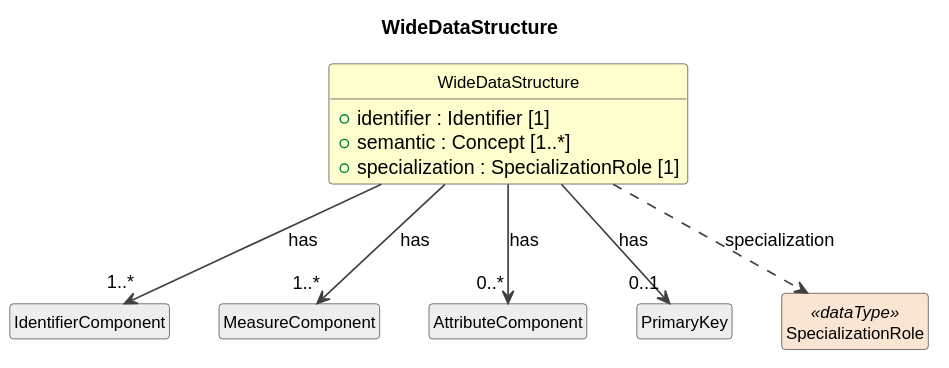
Above: build/plantuml/cdifDataStructure/Classes/WideDataStructure.svg in Cross-Domain-Interoperability-Framework/metadataBuildingBlocks (PlantUML), before the change.
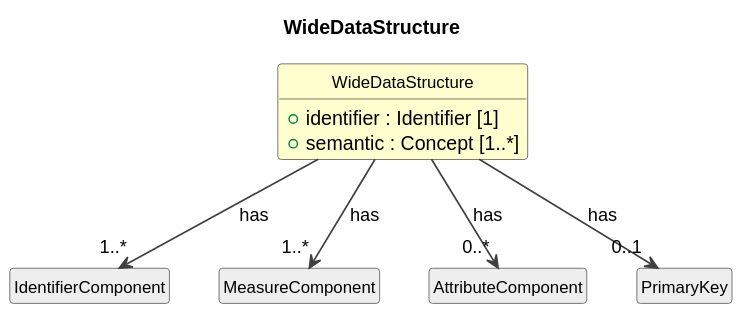
The same diagram one commit later.

What changed in the source:
```diff
@@ -13,7 +13,6 @@
 class "WideDataStructure" as WideDataStructure #FEFECE {
   +identifier : Identifier [1]
   +semantic : Concept [1..*]
-  +specialization : SpecializationRole [1]
 }
 class "IdentifierComponent" as IdentifierComponent #EEEEEE
 WideDataStructure --> "1..*" IdentifierComponent : has
@@ -23,6 +22,4 @@
 WideDataStructure --> "0..*" AttributeComponent : has
 class "PrimaryKey" as PrimaryKey #EEEEEE
 WideDataStructure --> "0..1" PrimaryKey : has
-class "SpecializationRole" as SpecializationRole <<dataType>> #FAE5D3
-WideDataStructure ..> SpecializationRole : specialization
 @enduml
```
